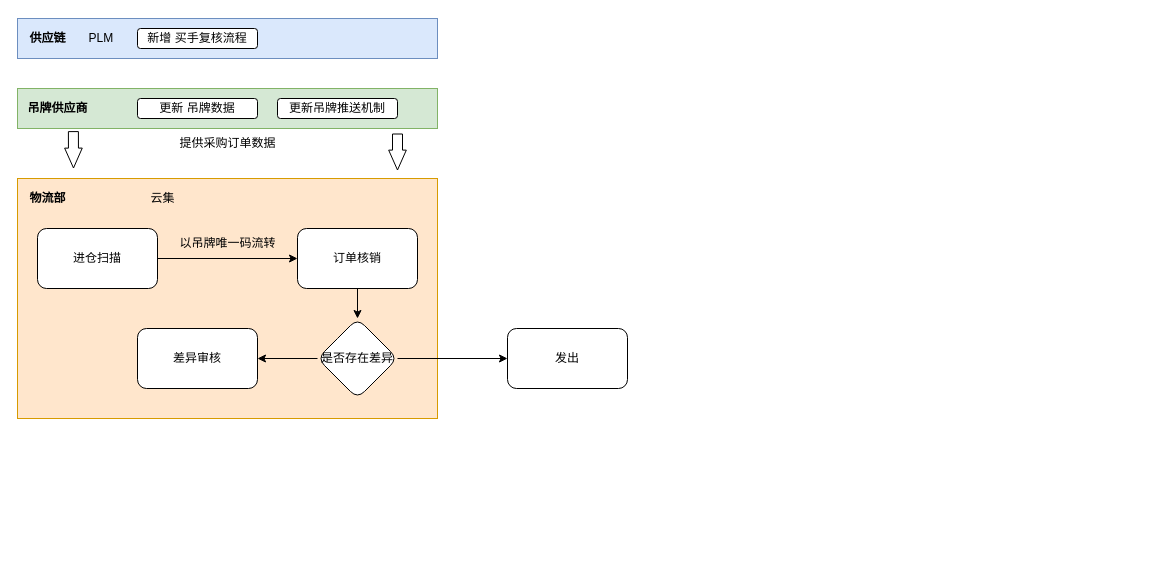
Earlier version of the draw.io diagram 物流升级.drawio (leonhard1Q84/leonhard1Q84.github.io). Source tidied: cells renumbered, new cells numbered last; positions are measured from the earlier drawing's top-left corner, leaving out a move shared by most shapes. Both pictures are drawn from the tidied source at 100%, with x=0, y=0 at pixel (17, 18).
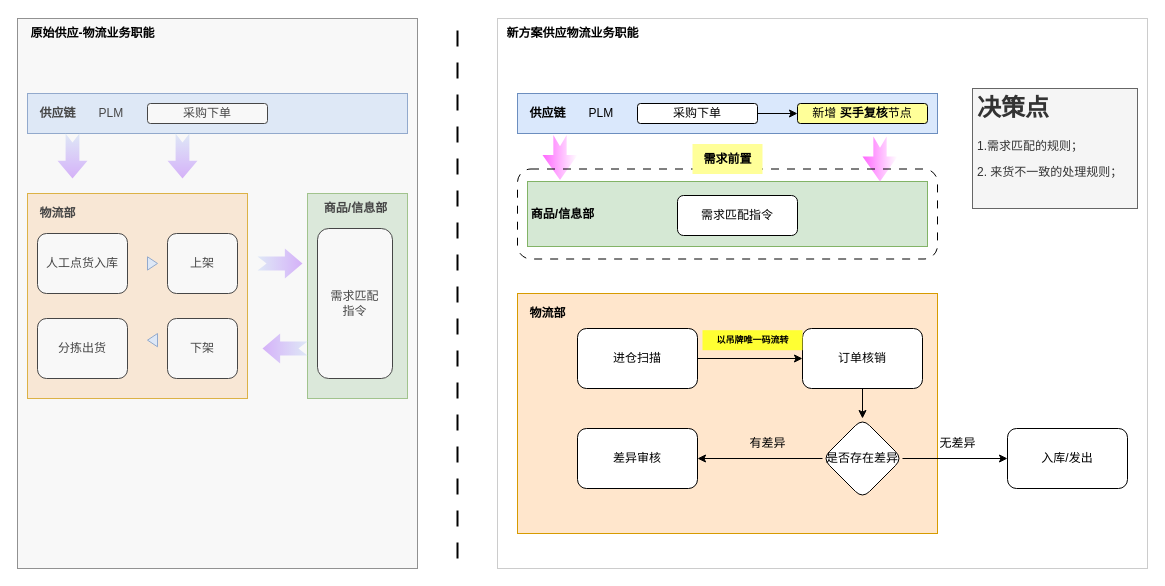
Above is the later version.

Commit message:
更新物流升级.drawio

Diff of the diagram source:
```diff
@@
-    <mxCell id="2" style="rounded=0;whiteSpace=wrap;html=1;fillColor=#dae8fc;strokeColor=#6c8ebf;" parent="1" vertex="1">
-      <mxGeometry width="420" height="40" as="geometry" />
-    </mxCell>
-    <mxCell id="3" value="供应链" style="text;html=1;align=center;verticalAlign=middle;strokeColor=none;fillColor=none;fontStyle=1;" parent="1" vertex="1">
-      <mxGeometry y="5" width="60" height="30" as="geometry" />
-    </mxCell>
-    <mxCell id="4" value="PLM&amp;nbsp;" style="text;html=1;align=center;verticalAlign=middle;strokeColor=none;fillColor=none;" parent="1" vertex="1">
-      <mxGeometry x="60" y="5" width="50" height="30" as="geometry" />
-    </mxCell>
-    <mxCell id="5" style="shape=flexArrow;endArrow=classic;html=1;rounded=0;exitX=0.133;exitY=1.065;exitDx=0;exitDy=0;exitPerimeter=0;endWidth=6.635071090047393;endSize=6.294786729857819;" parent="1" edge="1">
-      <mxGeometry relative="1" as="geometry">
-        <mxPoint x="55.9" y="112.6" as="sourcePoint" />
-        <mxPoint x="56" y="150" as="targetPoint" />
-      </mxGeometry>
-    </mxCell>
-    <mxCell id="6" style="shape=flexArrow;endArrow=classic;html=1;rounded=0;exitX=0.133;exitY=1.065;exitDx=0;exitDy=0;exitPerimeter=0;endWidth=6.635071090047393;endSize=6.294786729857819;" parent="1" edge="1">
-      <mxGeometry relative="1" as="geometry">
-        <mxPoint x="380" y="115" as="sourcePoint" />
-        <mxPoint x="380" y="152" as="targetPoint" />
-      </mxGeometry>
-    </mxCell>
-    <mxCell id="7" value="提供采购订单数据" style="text;html=1;align=center;verticalAlign=middle;strokeColor=none;fillColor=none;" parent="1" vertex="1">
-      <mxGeometry x="150" y="110" width="120" height="30" as="geometry" />
-    </mxCell>
-    <mxCell id="8" style="rounded=0;whiteSpace=wrap;html=1;fillColor=#ffe6cc;strokeColor=#d79b00;" parent="1" vertex="1">
-      <mxGeometry y="160" width="420" height="240" as="geometry" />
-    </mxCell>
-    <mxCell id="9" value="物流部" style="text;html=1;align=center;verticalAlign=middle;strokeColor=none;fillColor=none;fontStyle=1;" parent="1" vertex="1">
-      <mxGeometry y="165" width="60" height="30" as="geometry" />
-    </mxCell>
+    <mxCell id="26" style="rounded=0;whiteSpace=wrap;html=1;strokeColor=#CCCCCC;" parent="1" vertex="1">
+      <mxGeometry x="480" width="650" height="550" as="geometry" />
+    </mxCell>
+    <mxCell id="27" style="rounded=0;whiteSpace=wrap;html=1;fillColor=#dae8fc;strokeColor=#6c8ebf;" parent="1" vertex="1">
+      <mxGeometry x="500" y="75" width="420" height="40" as="geometry" />
+    </mxCell>
+    <mxCell id="28" value="供应链" style="text;html=1;align=center;verticalAlign=middle;strokeColor=none;fillColor=none;fontStyle=1;" parent="1" vertex="1">
+      <mxGeometry x="500" y="80" width="60" height="30" as="geometry" />
+    </mxCell>
+    <mxCell id="29" value="PLM&amp;nbsp;" style="text;html=1;align=center;verticalAlign=middle;strokeColor=none;fillColor=none;" parent="1" vertex="1">
+      <mxGeometry x="560" y="80" width="50" height="30" as="geometry" />
+    </mxCell>
+    <mxCell id="30" style="rounded=0;whiteSpace=wrap;html=1;fillColor=#ffe6cc;strokeColor=#d79b00;" parent="1" vertex="1">
+      <mxGeometry x="500" y="275" width="420" height="240" as="geometry" />
+    </mxCell>
+    <mxCell id="31" value="物流部" style="text;html=1;align=center;verticalAlign=middle;strokeColor=none;fillColor=none;fontStyle=1;" parent="1" vertex="1">
+      <mxGeometry x="500" y="280" width="60" height="30" as="geometry" />
+    </mxCell>
+    <mxCell id="12" style="edgeStyle=orthogonalEdgeStyle;rounded=0;jettySize=auto;html=1;" parent="1" edge="1" source="13" target="18">
+      <mxGeometry relative="1" as="geometry" />
+    </mxCell>
+    <mxCell id="13" value="订单核销" style="rounded=1;whiteSpace=wrap;html=1;" parent="1" vertex="1">
+      <mxGeometry x="785" y="310" width="120" height="60" as="geometry" />
+    </mxCell>
+    <mxCell id="32" style="edgeStyle=orthogonalEdgeStyle;rounded=0;jettySize=auto;html=1;" parent="1" edge="1" source="33" target="60">
+      <mxGeometry relative="1" as="geometry" />
+    </mxCell>
+    <mxCell id="33" value="采购下单" style="rounded=1;whiteSpace=wrap;html=1;" parent="1" vertex="1">
+      <mxGeometry x="620" y="85" width="120" height="20" as="geometry" />
+    </mxCell>
+    <mxCell id="15" value="以吊牌唯一码流转" style="text;html=1;align=center;verticalAlign=middle;strokeColor=none;fillColor=#FFFF33;fontSize=9;fontStyle=1;" parent="1" vertex="1">
+      <mxGeometry x="685" y="311.7" width="100" height="20" as="geometry" />
+    </mxCell>
+    <mxCell id="34" style="edgeStyle=orthogonalEdgeStyle;rounded=0;jettySize=auto;html=1;" parent="1" edge="1" source="18" target="35">
+      <mxGeometry relative="1" as="geometry" />
+    </mxCell>
+    <mxCell id="17" style="edgeStyle=orthogonalEdgeStyle;rounded=0;jettySize=auto;html=1;" parent="1" edge="1" source="18" target="20">
+      <mxGeometry relative="1" as="geometry" />
+    </mxCell>
+    <mxCell id="18" value="是否存在差异" style="rhombus;whiteSpace=wrap;html=1;rounded=1;" parent="1" vertex="1">
+      <mxGeometry x="805" y="400" width="80" height="80" as="geometry" />
+    </mxCell>
+    <mxCell id="35" value="入库/发出" style="whiteSpace=wrap;html=1;rounded=1;" parent="1" vertex="1">
+      <mxGeometry x="990" y="410" width="120" height="60" as="geometry" />
+    </mxCell>
+    <mxCell id="20" value="差异审核" style="whiteSpace=wrap;html=1;rounded=1;" parent="1" vertex="1">
+      <mxGeometry x="560" y="410" width="120" height="60" as="geometry" />
+    </mxCell>
+    <mxCell id="36" style="rounded=0;whiteSpace=wrap;html=1;fillColor=#d5e8d4;strokeColor=#82b366;" parent="1" vertex="1">
+      <mxGeometry x="510" y="163" width="400" height="65" as="geometry" />
+    </mxCell>
+    <mxCell id="37" style="rounded=0;whiteSpace=wrap;html=1;gradientColor=none;strokeColor=#CCCCCC;" parent="1" vertex="1">
+      <mxGeometry width="400" height="550" as="geometry" />
+    </mxCell>
+    <mxCell id="38" style="rounded=0;whiteSpace=wrap;html=1;fillColor=#dae8fc;strokeColor=#6c8ebf;" parent="1" vertex="1">
+      <mxGeometry x="10" y="75" width="380" height="40" as="geometry" />
+    </mxCell>
+    <mxCell id="39" value="供应链" style="text;html=1;align=center;verticalAlign=middle;strokeColor=none;fillColor=none;fontStyle=1;" parent="1" vertex="1">
+      <mxGeometry x="10" y="80" width="60" height="30" as="geometry" />
+    </mxCell>
+    <mxCell id="40" value="PLM&amp;nbsp;" style="text;html=1;align=center;verticalAlign=middle;strokeColor=none;fillColor=none;" parent="1" vertex="1">
+      <mxGeometry x="70" y="80" width="50" height="30" as="geometry" />
+    </mxCell>
+    <mxCell id="41" value="采购下单" style="rounded=1;whiteSpace=wrap;html=1;" parent="1" vertex="1">
+      <mxGeometry x="130" y="85" width="120" height="20" as="geometry" />
+    </mxCell>
+    <mxCell id="42" style="rounded=0;whiteSpace=wrap;html=1;fillColor=#d5e8d4;strokeColor=#82b366;" parent="1" vertex="1">
+      <mxGeometry x="290" y="175" width="100" height="205" as="geometry" />
+    </mxCell>
+    <mxCell id="43" value="商品/信息部" style="text;html=1;align=center;verticalAlign=middle;strokeColor=none;fillColor=none;fontStyle=1;" parent="1" vertex="1">
+      <mxGeometry x="292.5" y="175" width="90" height="30" as="geometry" />
+    </mxCell>
+    <mxCell id="44" value="需求匹配&lt;br&gt;指令" style="rounded=1;whiteSpace=wrap;html=1;" parent="1" vertex="1">
+      <mxGeometry x="300" y="210" width="75" height="150" as="geometry" />
+    </mxCell>
+    <mxCell id="45" style="rounded=0;whiteSpace=wrap;html=1;fillColor=#ffe6cc;strokeColor=#d79b00;" parent="1" vertex="1">
+      <mxGeometry x="10" y="175" width="220" height="205" as="geometry" />
+    </mxCell>
+    <mxCell id="46" value="物流部" style="text;html=1;align=center;verticalAlign=middle;strokeColor=none;fillColor=none;fontStyle=1;" parent="1" vertex="1">
+      <mxGeometry x="10" y="180" width="60" height="30" as="geometry" />
+    </mxCell>
+    <mxCell id="47" value="人工点货入库" style="rounded=1;whiteSpace=wrap;html=1;" parent="1" vertex="1">
+      <mxGeometry x="20" y="215" width="90" height="60" as="geometry" />
+    </mxCell>
+    <mxCell id="48" value="上架" style="rounded=1;whiteSpace=wrap;html=1;" parent="1" vertex="1">
+      <mxGeometry x="150" y="215" width="70" height="60" as="geometry" />
+    </mxCell>
+    <mxCell id="49" value="下架" style="rounded=1;whiteSpace=wrap;html=1;" parent="1" vertex="1">
+      <mxGeometry x="150" y="300" width="70" height="60" as="geometry" />
+    </mxCell>
+    <mxCell id="50" value="分拣出货" style="rounded=1;whiteSpace=wrap;html=1;" parent="1" vertex="1">
+      <mxGeometry x="20" y="300" width="90" height="60" as="geometry" />
+    </mxCell>
+    <mxCell id="51" style="triangle;whiteSpace=wrap;html=1;fillColor=#dae8fc;strokeColor=#6c8ebf;" parent="1" vertex="1">
+      <mxGeometry x="130" y="238.3" width="10" height="13.3" as="geometry" />
+    </mxCell>
+    <mxCell id="52" style="triangle;whiteSpace=wrap;html=1;fillColor=#dae8fc;strokeColor=#6c8ebf;flipH=1;" parent="1" vertex="1">
+      <mxGeometry x="130" y="315" width="10" height="13.3" as="geometry" />
+    </mxCell>
+    <mxCell id="53" style="html=1;shadow=0;dashed=0;align=center;verticalAlign=middle;shape=mxgraph.arrows2.arrow;dy=0.54;dx=17.64;notch=9.05;flipV=1;flipH=1;direction=north;fillColor=#dae8fc;strokeColor=none;gradientColor=#CC99FF;gradientDirection=east;" parent="1" vertex="1">
+      <mxGeometry x="40" y="115" width="30" height="45" as="geometry" />
+    </mxCell>
+    <mxCell id="54" style="html=1;shadow=0;dashed=0;align=center;verticalAlign=middle;shape=mxgraph.arrows2.arrow;dy=0.54;dx=17.64;notch=9.05;flipV=1;flipH=1;direction=north;fillColor=#dae8fc;strokeColor=none;gradientColor=#CC99FF;gradientDirection=east;" parent="1" vertex="1">
+      <mxGeometry x="150" y="115" width="30" height="45" as="geometry" />
+    </mxCell>
+    <mxCell id="55" style="html=1;shadow=0;dashed=0;align=center;verticalAlign=middle;shape=mxgraph.arrows2.arrow;dy=0.54;dx=17.64;notch=9.05;flipV=1;flipH=1;direction=east;fillColor=#dae8fc;strokeColor=none;gradientColor=#CC99FF;gradientDirection=east;" parent="1" vertex="1">
+      <mxGeometry x="245" y="315" width="45" height="30" as="geometry" />
+    </mxCell>
+    <mxCell id="56" style="html=1;shadow=0;dashed=0;align=center;verticalAlign=middle;shape=mxgraph.arrows2.arrow;dy=0.54;dx=17.64;notch=9.05;flipV=1;flipH=0;direction=east;fillColor=#dae8fc;strokeColor=none;gradientColor=#CC99FF;gradientDirection=east;" parent="1" vertex="1">
+      <mxGeometry x="240" y="230" width="45" height="30" as="geometry" />
+    </mxCell>
+    <mxCell id="57" style="rounded=0;whiteSpace=wrap;html=1;fillColor=#E6E6E6;opacity=30;" parent="1" vertex="1">
+      <mxGeometry width="400" height="550" as="geometry" />
+    </mxCell>
+    <mxCell id="58" value="原始供应-物流业务职能" style="text;html=1;align=center;verticalAlign=middle;strokeColor=none;fillColor=none;fontStyle=1;" parent="1" vertex="1">
+      <mxGeometry width="150" height="30" as="geometry" />
+    </mxCell>
+    <mxCell id="59" value="新方案供应物流业务职能" style="text;html=1;align=center;verticalAlign=middle;strokeColor=none;fillColor=none;fontStyle=1;" parent="1" vertex="1">
+      <mxGeometry x="475" width="160" height="30" as="geometry" />
+    </mxCell>
+    <mxCell id="60" value="新增 &lt;b&gt;买手复核&lt;/b&gt;节点" style="rounded=1;whiteSpace=wrap;html=1;fillColor=#FFFF99;" parent="1" vertex="1">
+      <mxGeometry x="780" y="85" width="130" height="20" as="geometry" />
+    </mxCell>
+    <mxCell id="61" value="商品/信息部" style="text;html=1;align=center;verticalAlign=middle;strokeColor=none;fillColor=none;fontStyle=1;" parent="1" vertex="1">
+      <mxGeometry x="500" y="180.5" width="90" height="30" as="geometry" />
+    </mxCell>
+    <mxCell id="62" value="需求匹配指令" style="rounded=1;whiteSpace=wrap;html=1;" parent="1" vertex="1">
+      <mxGeometry x="660" y="177" width="120" height="40" as="geometry" />
+    </mxCell>
+    <mxCell id="63" style="html=1;shadow=0;dashed=0;align=center;verticalAlign=middle;shape=mxgraph.arrows2.arrow;dy=0.62;dx=24.91;notch=11.26;direction=south;strokeColor=none;gradientColor=#FF66FF;fillColor=default;" parent="1" vertex="1">
+      <mxGeometry x="525" y="116.5" width="35" height="45" as="geometry" />
+    </mxCell>
+    <mxCell id="64" style="html=1;shadow=0;dashed=0;align=center;verticalAlign=middle;shape=mxgraph.arrows2.arrow;dy=0.62;dx=24.91;notch=11.26;direction=south;strokeColor=none;gradientColor=#FF66FF;fillColor=default;" parent="1" vertex="1">
+      <mxGeometry x="845" y="118" width="35" height="45" as="geometry" />
+    </mxCell>
+    <mxCell id="65" style="rounded=1;whiteSpace=wrap;html=1;dashed=1;dashPattern=8 8;fillColor=none;" parent="1" vertex="1">
+      <mxGeometry x="500" y="150.5" width="420" height="90" as="geometry" />
+    </mxCell>
+    <mxCell id="66" value="需求前置" style="text;html=1;align=center;verticalAlign=middle;strokeColor=none;fillColor=#FFFF99;fontStyle=1;" parent="1" vertex="1">
+      <mxGeometry x="675" y="125.5" width="70" height="30" as="geometry" />
+    </mxCell>
-    <mxCell id="10" style="edgeStyle=orthogonalEdgeStyle;rounded=0;jettySize=auto;html=1;" parent="1" edge="1" source="11" target="13">
+    <mxCell id="10" style="edgeStyle=orthogonalEdgeStyle;rounded=0;jettySize=auto;html=1;entryX=0;entryY=0.5;entryDx=0;entryDy=0;" parent="1" edge="1" source="11" target="13">
       <mxGeometry relative="1" as="geometry" />
     </mxCell>
     <mxCell id="11" value="进仓扫描" style="rounded=1;whiteSpace=wrap;html=1;" parent="1" vertex="1">
-      <mxGeometry x="20" y="210" width="120" height="60" as="geometry" />
+      <mxGeometry x="560" y="310" width="120" height="60" as="geometry" />
     </mxCell>
-    <mxCell id="12" style="edgeStyle=orthogonalEdgeStyle;rounded=0;jettySize=auto;html=1;" parent="1" edge="1" source="13" target="18">
-      <mxGeometry relative="1" as="geometry" />
-    </mxCell>
-    <mxCell id="13" value="订单核销" style="rounded=1;whiteSpace=wrap;html=1;" parent="1" vertex="1">
-      <mxGeometry x="280" y="210" width="120" height="60" as="geometry" />
-    </mxCell>
-    <mxCell id="14" value="新增 买手复核流程" style="rounded=1;whiteSpace=wrap;html=1;" parent="1" vertex="1">
-      <mxGeometry x="120" y="10" width="120" height="20" as="geometry" />
-    </mxCell>
-    <mxCell id="15" value="以吊牌唯一码流转" style="text;html=1;align=center;verticalAlign=middle;strokeColor=none;fillColor=none;" parent="1" vertex="1">
-      <mxGeometry x="150" y="210" width="120" height="30" as="geometry" />
-    </mxCell>
-    <mxCell id="16" style="edgeStyle=orthogonalEdgeStyle;rounded=0;jettySize=auto;html=1;" parent="1" edge="1" source="18" target="19">
-      <mxGeometry relative="1" as="geometry" />
-    </mxCell>
-    <mxCell id="17" style="edgeStyle=orthogonalEdgeStyle;rounded=0;jettySize=auto;html=1;" parent="1" edge="1" source="18" target="20">
-      <mxGeometry relative="1" as="geometry" />
-    </mxCell>
-    <mxCell id="18" value="是否存在差异" style="rhombus;whiteSpace=wrap;html=1;rounded=1;" parent="1" vertex="1">
-      <mxGeometry x="300" y="300" width="80" height="80" as="geometry" />
-    </mxCell>
-    <mxCell id="19" value="发出" style="whiteSpace=wrap;html=1;rounded=1;" parent="1" vertex="1">
-      <mxGeometry x="490" y="310" width="120" height="60" as="geometry" />
-    </mxCell>
-    <mxCell id="20" value="差异审核" style="whiteSpace=wrap;html=1;rounded=1;" parent="1" vertex="1">
-      <mxGeometry x="120" y="310" width="120" height="60" as="geometry" />
-    </mxCell>
-    <mxCell id="21" style="rounded=0;whiteSpace=wrap;html=1;fillColor=#d5e8d4;strokeColor=#82b366;" parent="1" vertex="1">
-      <mxGeometry y="70" width="420" height="40" as="geometry" />
-    </mxCell>
-    <mxCell id="22" value="吊牌供应商" style="text;html=1;align=center;verticalAlign=middle;strokeColor=none;fillColor=none;fontStyle=1;" parent="1" vertex="1">
-      <mxGeometry y="75" width="80" height="30" as="geometry" />
-    </mxCell>
-    <mxCell id="23" value="云集" style="text;html=1;align=center;verticalAlign=middle;strokeColor=none;fillColor=none;" parent="1" vertex="1">
-      <mxGeometry x="120" y="165" width="50" height="30" as="geometry" />
-    </mxCell>
-    <mxCell id="24" value="更新 吊牌数据" style="rounded=1;whiteSpace=wrap;html=1;" parent="1" vertex="1">
-      <mxGeometry x="120" y="80" width="120" height="20" as="geometry" />
-    </mxCell>
-    <mxCell id="25" value="更新吊牌推送机制" style="rounded=1;whiteSpace=wrap;html=1;" parent="1" vertex="1">
-      <mxGeometry x="260" y="80" width="120" height="20" as="geometry" />
-    </mxCell>
+    <mxCell id="67" value="无差异" style="text;html=1;align=center;verticalAlign=middle;strokeColor=none;fillColor=none;" parent="1" vertex="1">
+      <mxGeometry x="910" y="410" width="60" height="30" as="geometry" />
+    </mxCell>
+    <mxCell id="68" value="有差异" style="text;html=1;align=center;verticalAlign=middle;strokeColor=none;fillColor=none;" parent="1" vertex="1">
+      <mxGeometry x="720" y="410" width="60" height="30" as="geometry" />
+    </mxCell>
+    <mxCell id="69" value="&lt;h1&gt;决策点&lt;/h1&gt;&lt;p&gt;1.&lt;span style=&quot;background-color: initial;&quot;&gt;需求匹配的规则；&lt;/span&gt;&lt;/p&gt;&lt;p&gt;&lt;span style=&quot;background-color: initial;&quot;&gt;2. 来货不一致的处理规则；&lt;/span&gt;&lt;/p&gt;&lt;p&gt;&lt;span style=&quot;background-color: initial;&quot;&gt;&lt;br&gt;&lt;/span&gt;&lt;/p&gt;" style="text;html=1;strokeColor=#666666;fillColor=#f5f5f5;spacing=5;spacingTop=-20;whiteSpace=wrap;overflow=hidden;rounded=0;fontColor=#333333;" parent="1" vertex="1">
+      <mxGeometry x="955" y="70" width="165" height="120" as="geometry" />
+    </mxCell>
+    <mxCell id="70" style="endArrow=none;html=1;rounded=0;dashed=1;dashPattern=8 8;strokeWidth=2;" parent="1" edge="1">
+      <mxGeometry relative="1" as="geometry">
+        <mxPoint x="440" y="540" as="sourcePoint" />
+        <mxPoint x="440" as="targetPoint" />
+        <Array as="points">
+          <mxPoint x="440" y="70" />
+        </Array>
+      </mxGeometry>
+    </mxCell>
```
